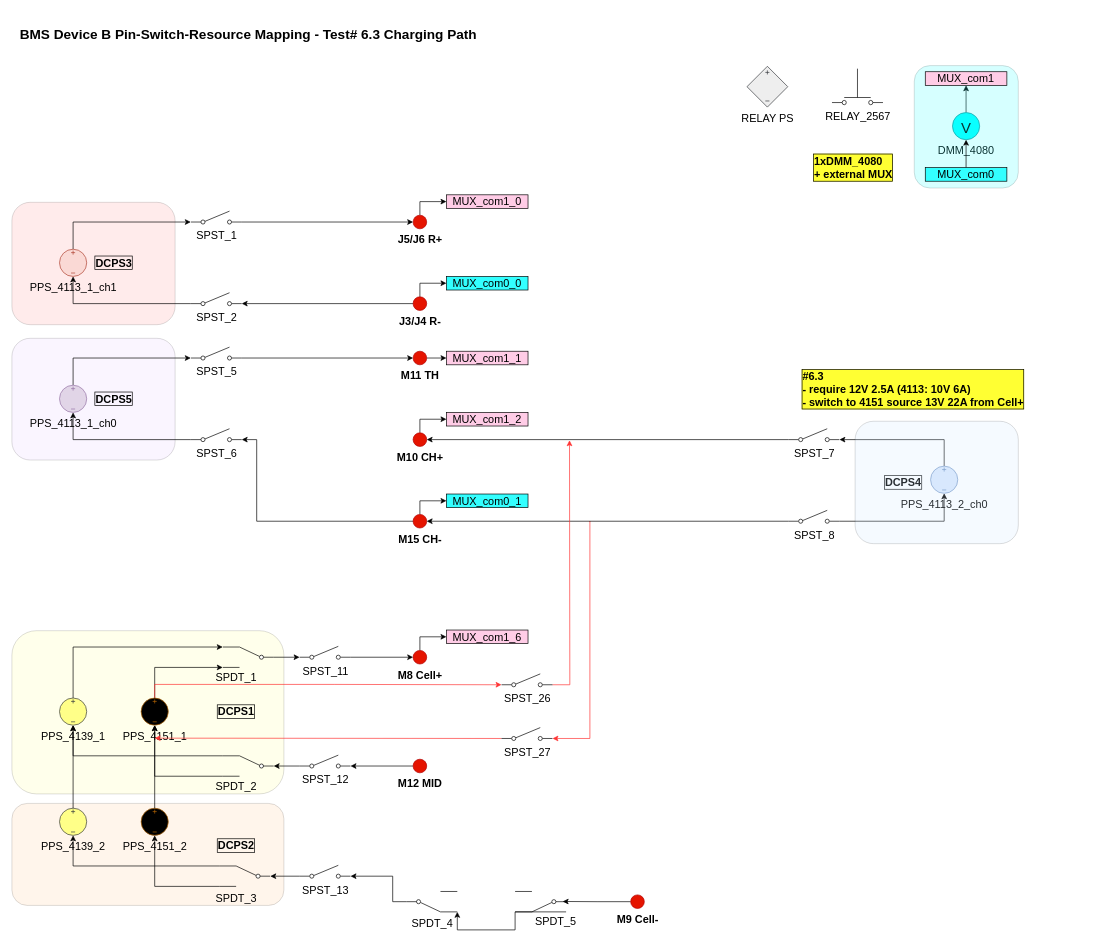
Before: BMS_device_B_6p3.drawio in ktlim-xy/draw-io, a draw.io diagram. Source tidied: cells renumbered, new cells numbered last; positions are measured from the earlier drawing's top-left corner, leaving out a move shared by most shapes. Both pictures are drawn from the tidied source at 68%, with x=0, y=0 at pixel (12, 12).
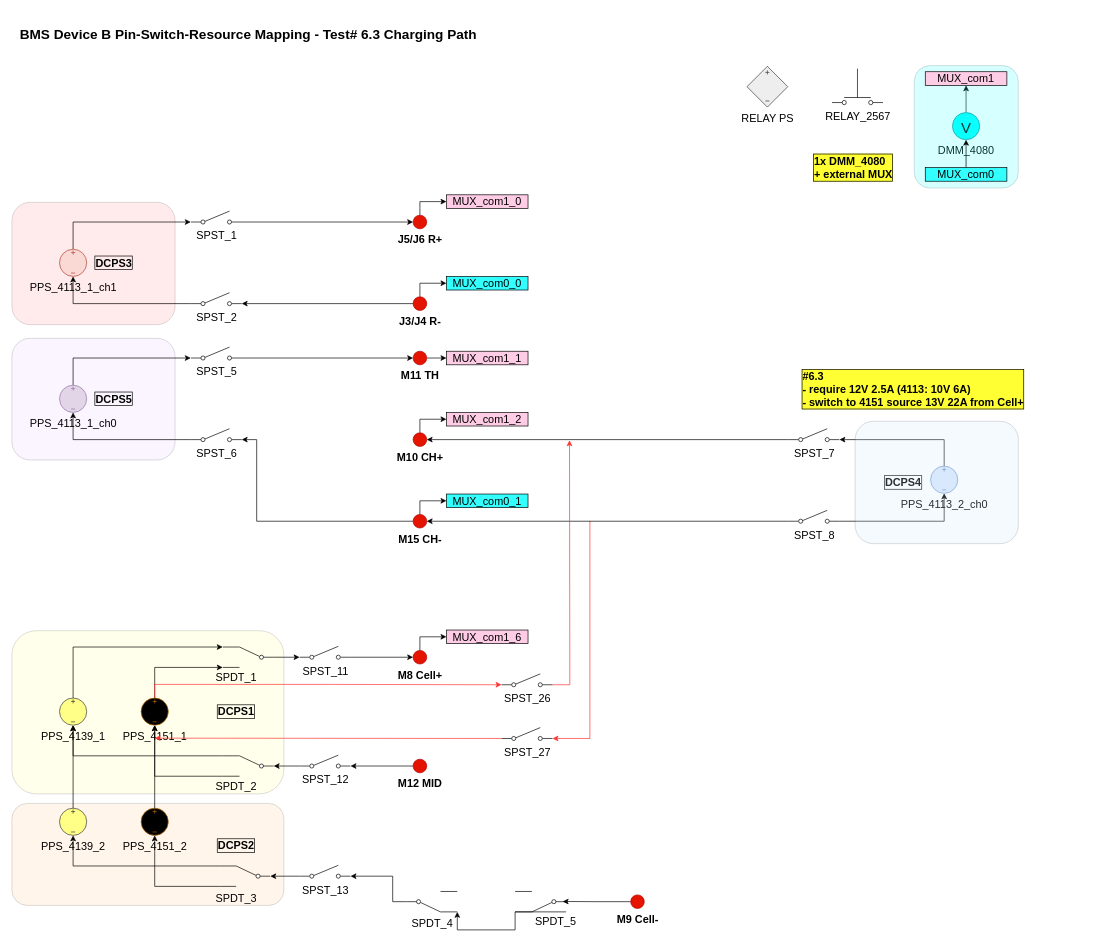
The same page after the edit.

The edit, as a diff of the source:
```diff
@@
-    <mxCell id="84" value="1xDMM_4080&amp;nbsp;&lt;div&gt;+ external MUX&lt;/div&gt;" style="text;html=1;whiteSpace=wrap;strokeColor=none;fillColor=none;align=left;verticalAlign=middle;rounded=0;fontStyle=1;fontColor=#000000;fontSize=16;labelBorderColor=default;labelBackgroundColor=#FFFF33;" parent="1" vertex="1">
+    <mxCell id="84" value="1x DMM_4080&amp;nbsp;&lt;div&gt;+ external MUX&lt;/div&gt;" style="text;html=1;whiteSpace=wrap;strokeColor=none;fillColor=none;align=left;verticalAlign=middle;rounded=0;fontStyle=1;fontColor=#000000;fontSize=16;labelBorderColor=default;labelBackgroundColor=#FFFF33;" parent="1" vertex="1">
       <mxGeometry x="1177" y="200" width="160" height="58" as="geometry" />
     </mxCell>
```
